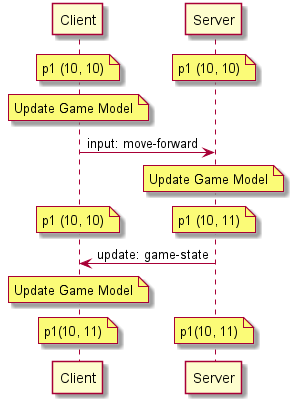
Earlier version of the PlantUML export doc/multiplayer/images/Basic Network - Sequence.png (ProfPorkins/GameTech).
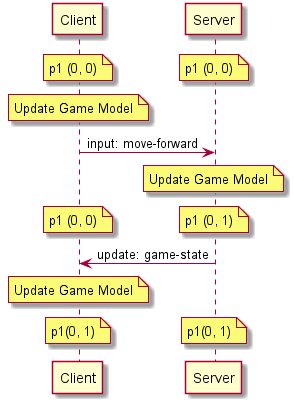
Later version of the same file.

Change to the diagram source:
```diff
@@ -3,19 +3,19 @@
 participant Client
 participant Server
 
-note over Client: p1 (10, 10)
-/ note over Server: p1 (10, 10)
+note over Client: p1 (0, 0)
+/ note over Server: p1 (0, 0)
 
 note over Client: Update Game Model
 
 Client -> Server: input: move-forward
 note over Server: Update Game Model
-note over Client: p1 (10, 10)
-/ note over Server: p1 (10, 11)
+note over Client: p1 (0, 0)
+/ note over Server: p1 (0, 1)
 Server -> Client: update: game-state
 
 note over Client: Update Game Model
-note over Client: p1(10, 11)
-/ note over Server: p1(10, 11)
+note over Client: p1(0, 1)
+/ note over Server: p1(0, 1)
 
 @enduml
```
